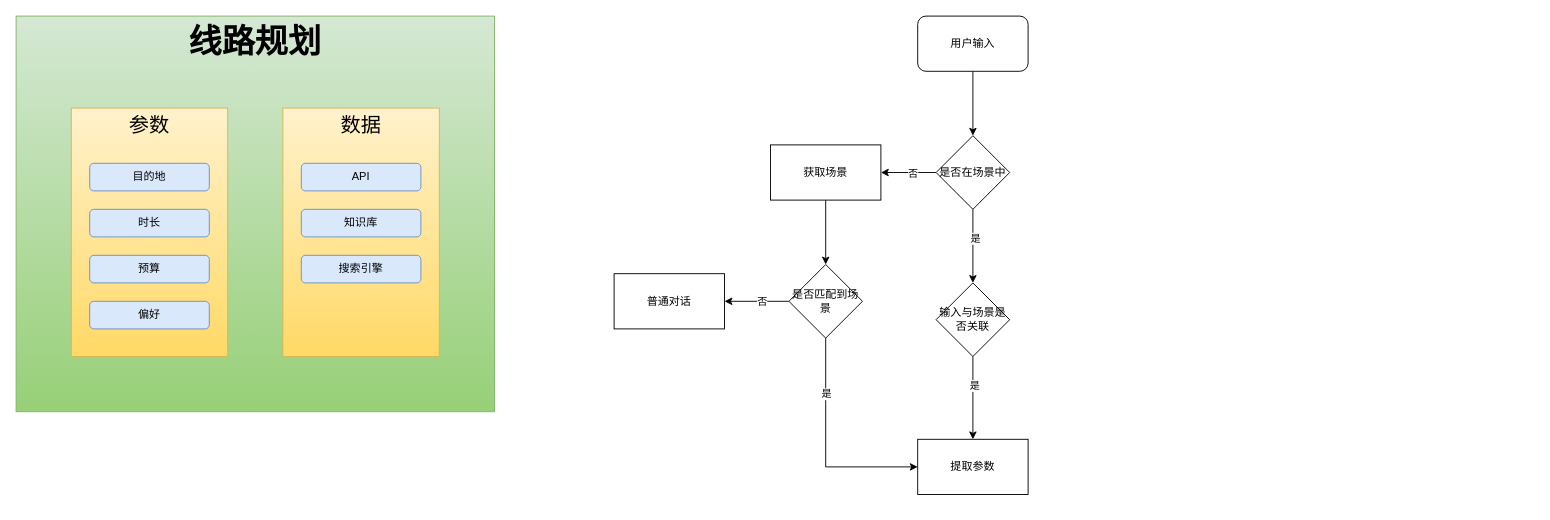
Earlier version of the draw.io diagram AI.drawio (z-cloud-z/draw). Source tidied: cells renumbered, new cells numbered last; positions are measured from the earlier drawing's top-left corner, leaving out a move shared by most shapes. Both pictures are drawn from the tidied source at 92%, with x=0, y=0 at pixel (16, 16).
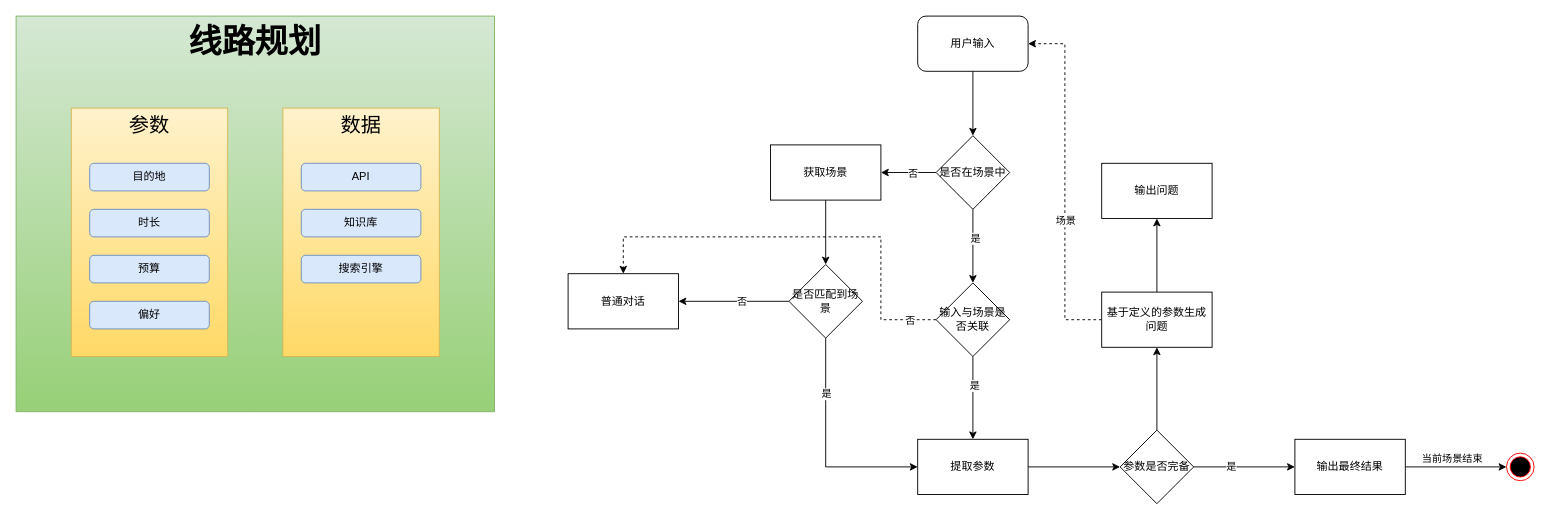
Above is the later version.

Unchanged cells that the change refers to:
```xml
<mxCell id="3" value="用户输入" style="rounded=1;whiteSpace=wrap;html=1;" parent="1" vertex="1">
  <mxGeometry x="980" width="120" height="60" as="geometry" />
</mxCell>
<mxCell id="22" value="输入与场景是否关联" style="rhombus;whiteSpace=wrap;html=1;rounded=0;" parent="1" vertex="1">
  <mxGeometry x="1000" y="290" width="80" height="80" as="geometry" />
</mxCell>
<mxCell id="30" value="提取参数" style="whiteSpace=wrap;html=1;rounded=0;" parent="1" vertex="1">
  <mxGeometry x="980" y="460" width="120" height="60" as="geometry" />
</mxCell>
```

Diff of the diagram source:
```diff
@@
+    <mxCell id="32" style="edgeStyle=orthogonalEdgeStyle;rounded=0;jettySize=auto;html=1;" parent="1" edge="1" source="30" target="38">
+      <mxGeometry relative="1" as="geometry" />
+    </mxCell>
@@
     <mxCell id="31" value="普通对话" style="whiteSpace=wrap;html=1;rounded=0;" parent="1" vertex="1">
-      <mxGeometry x="650" y="280" width="120" height="60" as="geometry" />
+      <mxGeometry x="600" y="280" width="120" height="60" as="geometry" />
     </mxCell>
+    <mxCell id="33" style="edgeStyle=orthogonalEdgeStyle;rounded=0;jettySize=auto;html=1;entryX=0.5;entryY=0;entryDx=0;entryDy=0;dashed=1;" parent="1" edge="1" source="22" target="31">
+      <mxGeometry relative="1" as="geometry">
+        <Array as="points">
+          <mxPoint x="940" y="330" />
+          <mxPoint x="940" y="240" />
+          <mxPoint x="660" y="240" />
+        </Array>
+      </mxGeometry>
+    </mxCell>
+    <mxCell id="34" value="否" style="edgeLabel;html=1;align=center;verticalAlign=middle;" parent="33" vertex="1">
+      <mxGeometry x="0.72" y="-1" relative="1" as="geometry">
+        <mxPoint x="285" y="91" as="offset" />
+      </mxGeometry>
+    </mxCell>
+    <mxCell id="35" style="edgeStyle=orthogonalEdgeStyle;rounded=0;jettySize=auto;html=1;" parent="1" edge="1" source="38" target="41">
+      <mxGeometry relative="1" as="geometry" />
+    </mxCell>
+    <mxCell id="36" value="是" style="edgeLabel;html=1;align=center;verticalAlign=middle;" parent="35" vertex="1">
+      <mxGeometry x="-0.27" y="1" relative="1" as="geometry" />
+    </mxCell>
+    <mxCell id="37" style="edgeStyle=orthogonalEdgeStyle;rounded=0;jettySize=auto;html=1;" parent="1" edge="1" source="38" target="45">
+      <mxGeometry relative="1" as="geometry" />
+    </mxCell>
+    <mxCell id="38" value="参数是否完备" style="rhombus;whiteSpace=wrap;html=1;rounded=0;" parent="1" vertex="1">
+      <mxGeometry x="1200" y="450" width="80" height="80" as="geometry" />
+    </mxCell>
+    <mxCell id="39" style="edgeStyle=orthogonalEdgeStyle;rounded=0;jettySize=auto;html=1;" parent="1" edge="1" source="41" target="47">
+      <mxGeometry relative="1" as="geometry" />
+    </mxCell>
+    <mxCell id="40" value="当前场景结束" style="edgeLabel;html=1;align=center;verticalAlign=middle;" parent="39" vertex="1">
+      <mxGeometry x="0.15" y="-1" relative="1" as="geometry">
+        <mxPoint x="-13" y="-11" as="offset" />
+      </mxGeometry>
+    </mxCell>
+    <mxCell id="41" value="输出最终结果" style="whiteSpace=wrap;html=1;rounded=0;" parent="1" vertex="1">
+      <mxGeometry x="1390" y="460" width="120" height="60" as="geometry" />
+    </mxCell>
+    <mxCell id="42" style="edgeStyle=orthogonalEdgeStyle;rounded=0;jettySize=auto;html=1;" parent="1" edge="1" source="45" target="46">
+      <mxGeometry relative="1" as="geometry" />
+    </mxCell>
+    <mxCell id="43" style="edgeStyle=orthogonalEdgeStyle;rounded=0;jettySize=auto;html=1;entryX=1;entryY=0.5;entryDx=0;entryDy=0;dashed=1;" parent="1" edge="1" source="45" target="3">
+      <mxGeometry relative="1" as="geometry" />
+    </mxCell>
+    <mxCell id="44" value="场景" style="edgeLabel;html=1;align=center;verticalAlign=middle;" parent="43" vertex="1">
+      <mxGeometry x="-0.22" relative="1" as="geometry" />
+    </mxCell>
+    <mxCell id="45" value="基于定义的参数生成问题" style="whiteSpace=wrap;html=1;rounded=0;" parent="1" vertex="1">
+      <mxGeometry x="1180" y="300" width="120" height="60" as="geometry" />
+    </mxCell>
+    <mxCell id="46" value="输出问题" style="whiteSpace=wrap;html=1;rounded=0;" parent="1" vertex="1">
+      <mxGeometry x="1180" y="160" width="120" height="60" as="geometry" />
+    </mxCell>
+    <mxCell id="47" style="ellipse;html=1;shape=endState;fillColor=#000000;strokeColor=#ff0000;" parent="1" vertex="1">
+      <mxGeometry x="1620" y="475" width="30" height="30" as="geometry" />
+    </mxCell>
```
